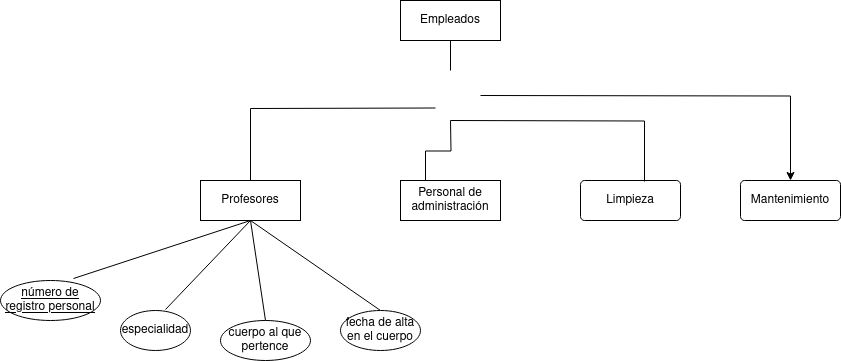
Earlier version of the draw.io export Unidad-1/Tareas/Tarea 8/Tarea-8.drawio.png (CRhernandez1/base-datos). Source tidied: cells renumbered, new cells last; positions are measured from the earlier drawing's top-left corner, leaving out a move shared by most shapes.
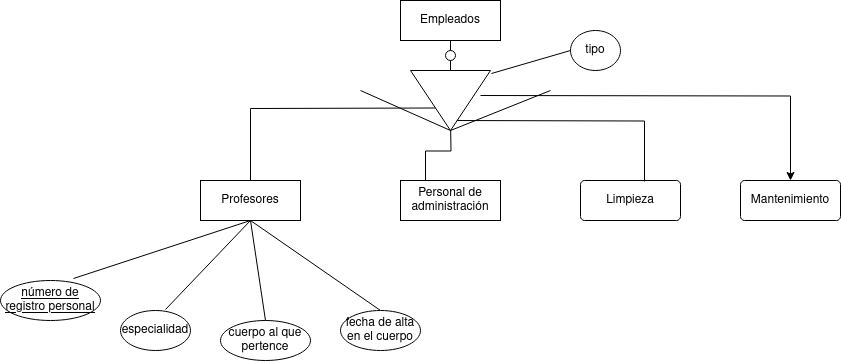
After the change.

The edit, as a diff of the source:
```diff
@@ -2,7 +2,7 @@
   <root>
     <mxCell id="0" />
     <mxCell id="1" parent="0" />
-    <mxCell id="2" style="edgeStyle=orthogonalEdgeStyle;rounded=0;jettySize=auto;html=1;exitX=0.5;exitY=1;exitDx=0;exitDy=0;entryX=0.5;entryY=0;entryDx=0;entryDy=0;endArrow=none;endFill=0;" parent="1" edge="1" source="3">
+    <mxCell id="2" style="edgeStyle=orthogonalEdgeStyle;rounded=0;jettySize=auto;html=1;exitX=0.5;exitY=1;exitDx=0;exitDy=0;entryX=0.5;entryY=0;entryDx=0;entryDy=0;endArrow=none;endFill=0;" parent="1" edge="1" source="24">
       <mxGeometry relative="1" as="geometry">
         <mxPoint x="450" y="70" as="targetPoint" />
       </mxGeometry>
@@ -66,5 +66,29 @@
     <mxCell id="19" value="Mantenimiento" style="rounded=1;arcSize=10;whiteSpace=wrap;html=1;align=center;" parent="1" vertex="1">
       <mxGeometry x="740" y="180" width="100" height="40" as="geometry" />
     </mxCell>
+    <mxCell id="20" style="triangle;whiteSpace=wrap;html=1;rotation=90;" parent="1" vertex="1">
+      <mxGeometry x="420" y="60" width="60" height="80" as="geometry" />
+    </mxCell>
+    <mxCell id="21" value="tipo" style="ellipse;whiteSpace=wrap;html=1;align=center;" parent="1" vertex="1">
+      <mxGeometry x="570" y="30" width="50" height="40" as="geometry" />
+    </mxCell>
+    <mxCell id="22" style="rounded=0;jettySize=auto;html=1;exitX=0;exitY=0.5;exitDx=0;exitDy=0;entryX=0.05;entryY=-0.012;entryDx=0;entryDy=0;entryPerimeter=0;endArrow=none;endFill=0;" parent="1" edge="1" source="21" target="20">
+      <mxGeometry relative="1" as="geometry" />
+    </mxCell>
+    <mxCell id="23" style="edgeStyle=orthogonalEdgeStyle;rounded=0;jettySize=auto;html=1;exitX=0.5;exitY=1;exitDx=0;exitDy=0;entryX=0.5;entryY=0;entryDx=0;entryDy=0;endArrow=none;endFill=0;" parent="1" edge="1" source="3" target="24">
+      <mxGeometry relative="1" as="geometry" />
+    </mxCell>
+    <mxCell id="24" style="ellipse;whiteSpace=wrap;html=1;" parent="1" vertex="1">
+      <mxGeometry x="445" y="50" width="10" height="10" as="geometry" />
+    </mxCell>
+    <mxCell id="25" style="endArrow=none;html=1;rounded=0;" parent="1" edge="1">
+      <mxGeometry relative="1" as="geometry">
+        <mxPoint x="360" y="90" as="sourcePoint" />
+        <mxPoint x="550" y="90" as="targetPoint" />
+        <Array as="points">
+          <mxPoint x="450" y="130" />
+        </Array>
+      </mxGeometry>
+    </mxCell>
   </root>
 </mxGraphModel>
```
